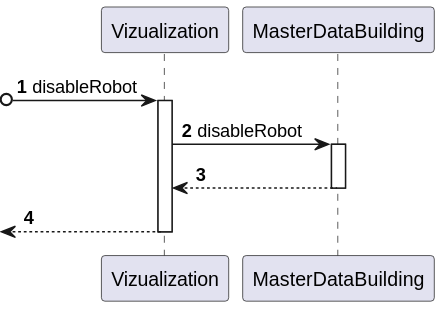
Earlier version of the PlantUML export docs/US_370/Diagrams/Level2/ProcessView.svg (Pedro-Pereira1/sem5pi_23_24_g056). The source it was exported from:
```plantuml
@startuml

autonumber
participant Vizualization
participant MasterDataBuilding

?o-> Vizualization : disableRobot
activate Vizualization

Vizualization -> MasterDataBuilding : disableRobot
activate MasterDataBuilding

MasterDataBuilding --> Vizualization
deactivate MasterDataBuilding

<-- Vizualization
deactivate Vizualization
@enduml
```
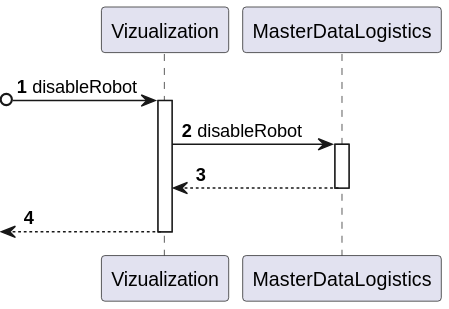
Above is the later version.

Commit message:
Fixed level 2 process view in us 370

Change to the diagram source:
```diff
@@ -2,16 +2,16 @@
 
 autonumber
 participant Vizualization
-participant MasterDataBuilding
+participant MasterDataLogistics
 
 ?o-> Vizualization : disableRobot
 activate Vizualization
 
-Vizualization -> MasterDataBuilding : disableRobot
-activate MasterDataBuilding
+Vizualization -> MasterDataLogistics : disableRobot
+activate MasterDataLogistics
 
-MasterDataBuilding --> Vizualization
-deactivate MasterDataBuilding
+MasterDataLogistics --> Vizualization
+deactivate MasterDataLogistics
 
 <-- Vizualization
 deactivate Vizualization
```
